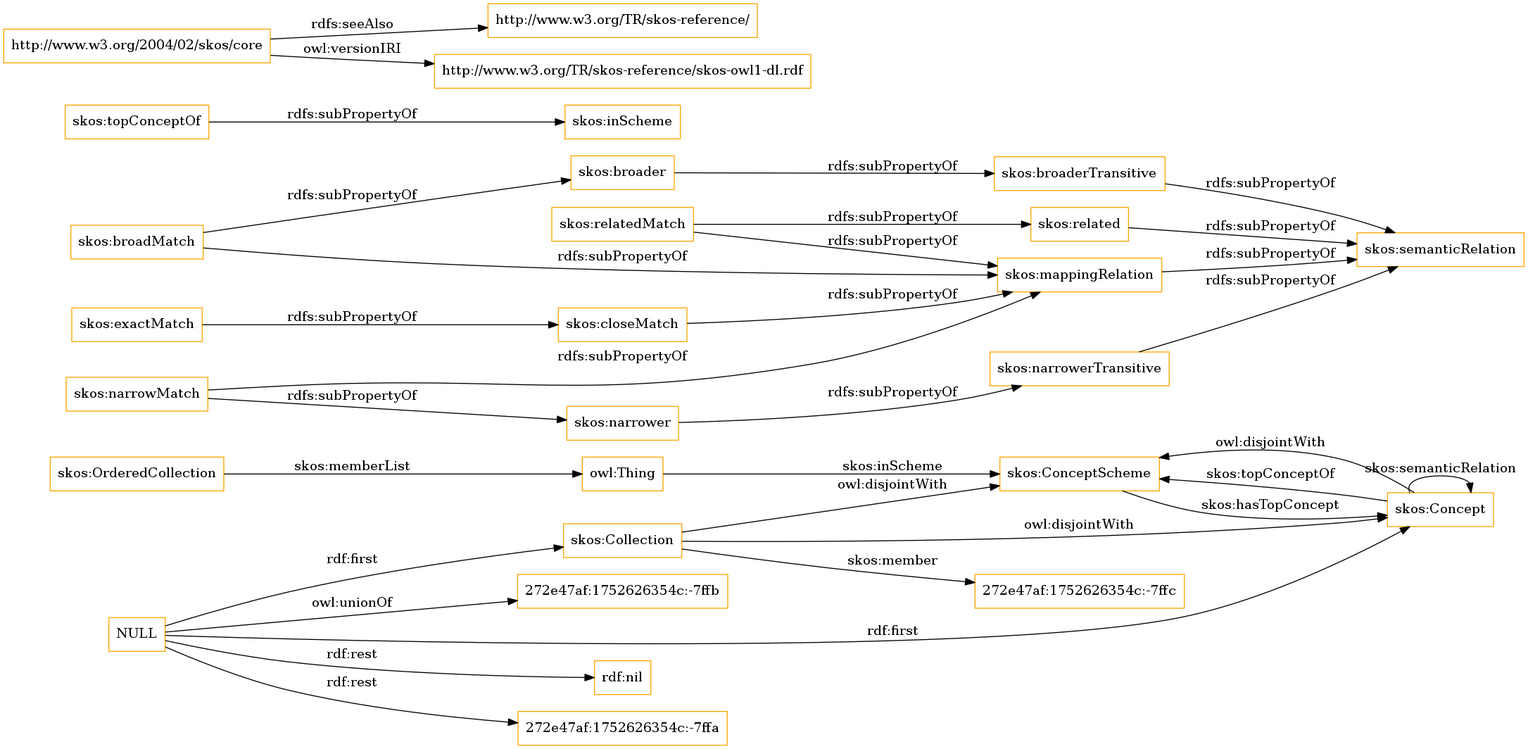
This is OnToology/imports/skos.owl/diagrams/ar2dtool-class/skos.owl.png from OnToologyUser/core-ontology-1, a Graphviz export, as it was before one commit. Its source is kept beside it as OnToology/imports/skos.owl/diagrams/ar2dtool-class/skos.owl.png.dot.
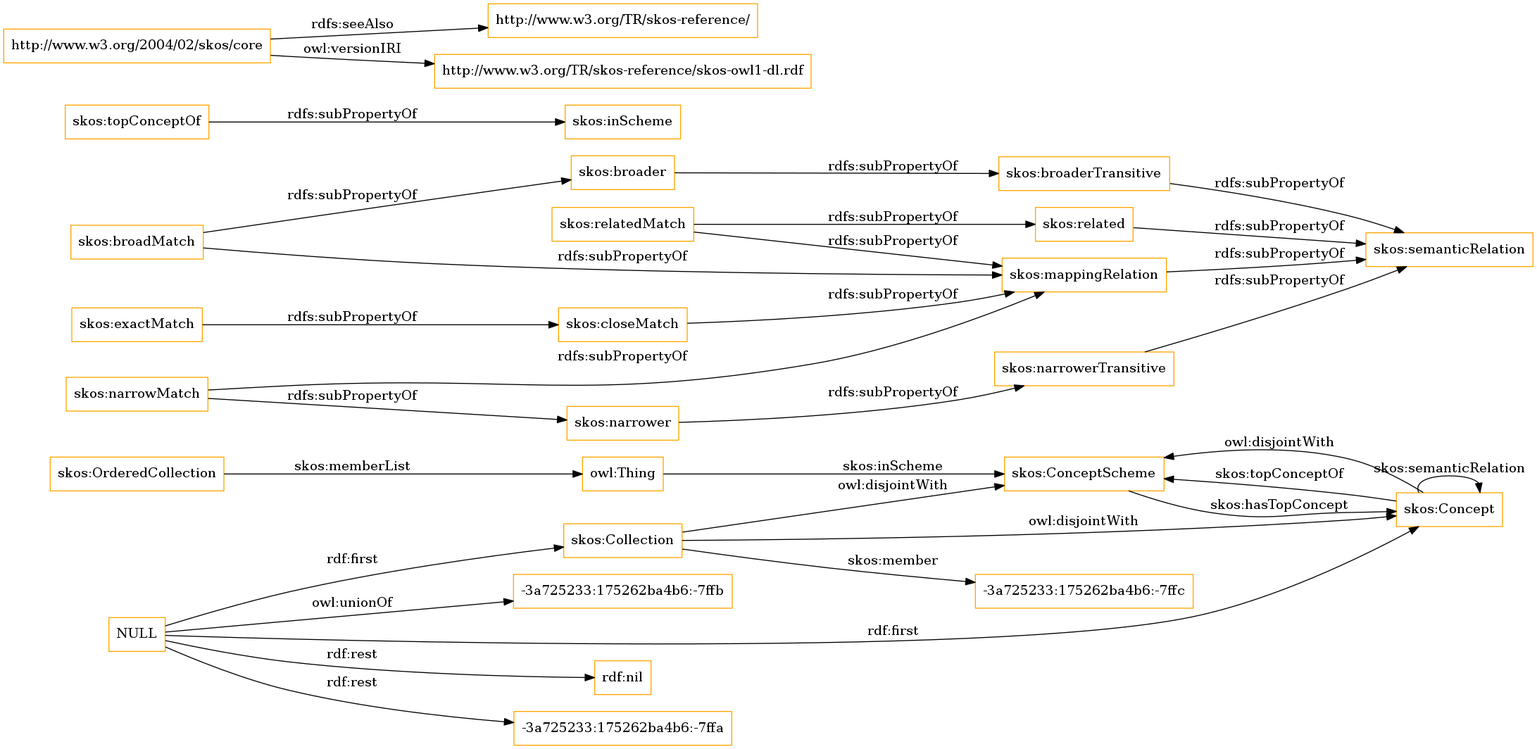
Later version of the same file.

The edit, as a diff of the source:
```diff
@@ -1,13 +1,13 @@
 digraph ar2dtool_diagram {
 rankdir=LR;
 size="1501"
-node [shape = rectangle, color="orange"]; "skos:OrderedCollection" "skos:ConceptScheme" "skos:Concept" "skos:Collection" "272e47af:1752626354c:-7ffc" ; /*classes style*/
+node [shape = rectangle, color="orange"]; "skos:OrderedCollection" "skos:ConceptScheme" "skos:Concept" "skos:Collection" "-3a725233:175262ba4b6:-7ffc" ; /*classes style*/
 	"skos:narrowerTransitive" -> "skos:semanticRelation" [ label = "rdfs:subPropertyOf" ];
 	"NULL" -> "rdf:nil" [ label = "rdf:rest" ];
 	"NULL" -> "skos:Concept" [ label = "rdf:first" ];
-	"NULL" -> "272e47af:1752626354c:-7ffa" [ label = "rdf:rest" ];
+	"NULL" -> "-3a725233:175262ba4b6:-7ffa" [ label = "rdf:rest" ];
 	"NULL" -> "skos:Collection" [ label = "rdf:first" ];
-	"NULL" -> "272e47af:1752626354c:-7ffb" [ label = "owl:unionOf" ];
+	"NULL" -> "-3a725233:175262ba4b6:-7ffb" [ label = "owl:unionOf" ];
 	"skos:closeMatch" -> "skos:mappingRelation" [ label = "rdfs:subPropertyOf" ];
 	"skos:Concept" -> "skos:ConceptScheme" [ label = "owl:disjointWith" ];
 	"skos:relatedMatch" -> "skos:related" [ label = "rdfs:subPropertyOf" ];
@@ -30,7 +30,7 @@
 	"skos:OrderedCollection" -> "owl:Thing" [ label = "skos:memberList" ];
 	"skos:Concept" -> "skos:ConceptScheme" [ label = "skos:topConceptOf" ];
 	"skos:Concept" -> "skos:Concept" [ label = "skos:semanticRelation" ];
-	"skos:Collection" -> "272e47af:1752626354c:-7ffc" [ label = "skos:member" ];
+	"skos:Collection" -> "-3a725233:175262ba4b6:-7ffc" [ label = "skos:member" ];
 	"skos:ConceptScheme" -> "skos:Concept" [ label = "skos:hasTopConcept" ];
 	"owl:Thing" -> "skos:ConceptScheme" [ label = "skos:inScheme" ];
 
```
